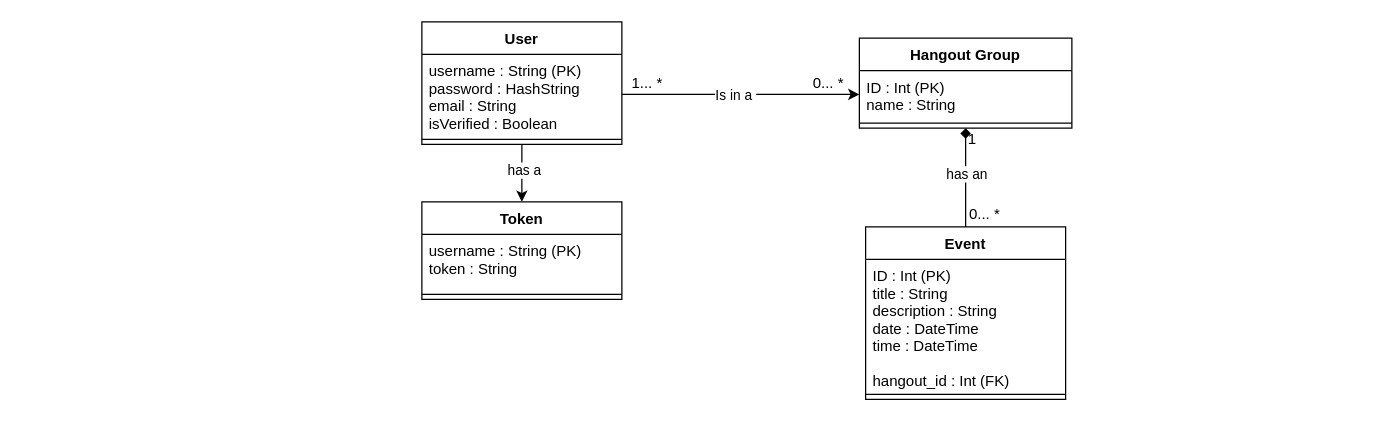
zlo120/HangOut99 keeps this draw.io diagram as HangOut99.drawio. Above is the earlier version. Source tidied: cells renumbered, new cells numbered last; positions are measured from the earlier drawing's top-left corner, leaving out a move shared by most shapes. Both pictures are drawn from the tidied source at 125%, with x=0, y=0 at pixel (421, 21).
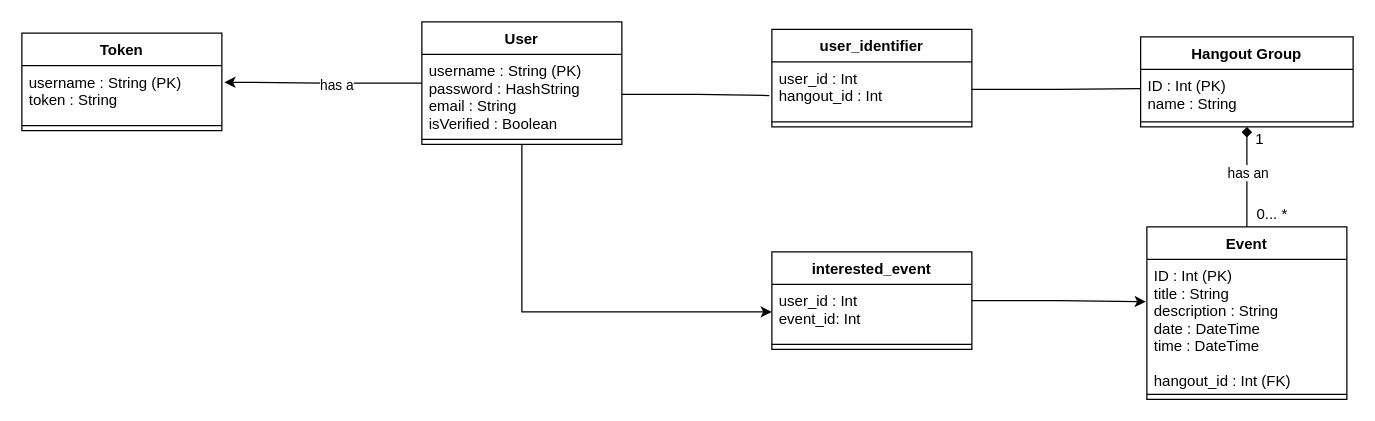
Above is the later version.

The change refers to these unchanged cells:
```xml
<mxCell id="4" value="User" style="swimlane;fontStyle=1;align=center;verticalAlign=top;horizontal=1;startSize=26;" parent="1" vertex="1">
  <mxGeometry width="160" height="98" as="geometry" />
</mxCell>
<mxCell id="5" value="username : String (PK)&#10;password : HashString&#10;email : String&#10;isVerified : Boolean&#10;" style="text;strokeColor=none;fillColor=none;align=left;verticalAlign=top;spacingLeft=4;spacingRight=4;overflow=hidden;points=[[0,0.5],[1,0.5]];portConstraint=eastwest;" parent="4" vertex="1">
  <mxGeometry y="26" width="160" height="64" as="geometry" />
</mxCell>
<mxCell id="10" value="ID : Int (PK)&#10;name : String" style="text;strokeColor=none;fillColor=none;align=left;verticalAlign=top;spacingLeft=4;spacingRight=4;overflow=hidden;points=[[0,0.5],[1,0.5]];portConstraint=eastwest;" parent="9" vertex="1">
  <mxGeometry y="26" width="170" height="38" as="geometry" />
</mxCell>
<mxCell id="13" value="ID : Int (PK)&#10;title : String&#10;description : String&#10;date : DateTime&#10;time : DateTime&#10;&#10;hangout_id : Int (FK)" style="text;strokeColor=none;fillColor=none;align=left;verticalAlign=top;spacingLeft=4;spacingRight=4;overflow=hidden;points=[[0,0.5],[1,0.5]];portConstraint=eastwest;" parent="12" vertex="1">
  <mxGeometry y="26" width="160" height="104" as="geometry" />
</mxCell>
<mxCell id="18" value="username : String (PK)&#10;token : String" style="text;strokeColor=none;fillColor=none;align=left;verticalAlign=top;spacingLeft=4;spacingRight=4;overflow=hidden;points=[[0,0.5],[1,0.5]];portConstraint=eastwest;" parent="17" vertex="1">
  <mxGeometry y="26" width="160" height="44" as="geometry" />
</mxCell>
```

Diff of the diagram source:
```diff
@@
-    <mxCell id="2" style="edgeStyle=orthogonalEdgeStyle;rounded=0;jettySize=auto;html=1;entryX=0.5;entryY=0;entryDx=0;entryDy=0;" parent="1" edge="1" source="4" target="17">
+    <mxCell id="2" style="edgeStyle=orthogonalEdgeStyle;rounded=0;jettySize=auto;html=1;entryX=1.012;entryY=0.301;entryDx=0;entryDy=0;entryPerimeter=0;" parent="1" edge="1" source="4" target="18">
       <mxGeometry relative="1" as="geometry" />
     </mxCell>
@@
+    <mxCell id="24" style="edgeStyle=orthogonalEdgeStyle;rounded=0;jettySize=auto;html=1;entryX=0;entryY=0.5;entryDx=0;entryDy=0;" parent="1" edge="1" source="4" target="32">
+      <mxGeometry relative="1" as="geometry" />
+    </mxCell>
@@
     <mxCell id="9" value="Hangout Group" style="swimlane;fontStyle=1;align=center;verticalAlign=top;horizontal=1;startSize=26;" parent="1" vertex="1">
-      <mxGeometry x="350" y="13" width="170" height="72" as="geometry" />
+      <mxGeometry x="575" y="12" width="170" height="72" as="geometry" />
     </mxCell>
@@
     <mxCell id="12" value="Event" style="swimlane;fontStyle=1;align=center;verticalAlign=top;horizontal=1;startSize=26;" parent="1" vertex="1">
-      <mxGeometry x="355" y="164" width="160" height="138" as="geometry" />
+      <mxGeometry x="580" y="164" width="160" height="138" as="geometry" />
     </mxCell>
@@
-    <mxCell id="15" style="edgeStyle=orthogonalEdgeStyle;rounded=0;jettySize=auto;html=1;entryX=0;entryY=0.5;entryDx=0;entryDy=0;" parent="1" edge="1" source="5" target="10">
-      <mxGeometry relative="1" as="geometry" />
-    </mxCell>
-    <mxCell id="16" value="Is in a&amp;nbsp;" style="edgeLabel;html=1;align=center;verticalAlign=middle;" parent="15" vertex="1">
-      <mxGeometry x="-0.15" y="1" relative="1" as="geometry">
-        <mxPoint x="9" y="1" as="offset" />
-      </mxGeometry>
-    </mxCell>
     <mxCell id="17" value="Token" style="swimlane;fontStyle=1;align=center;verticalAlign=top;horizontal=1;startSize=26;" parent="1" vertex="1">
-      <mxGeometry y="144" width="160" height="78" as="geometry" />
+      <mxGeometry x="-320" y="9" width="160" height="78" as="geometry" />
     </mxCell>
@@
-    <mxCell id="20" value="1... *" style="text;html=1;align=center;verticalAlign=middle;strokeColor=none;fillColor=none;" parent="1" vertex="1">
-      <mxGeometry x="160" y="39" width="40" height="20" as="geometry" />
-    </mxCell>
-    <mxCell id="21" value="0... *" style="text;html=1;align=center;verticalAlign=middle;strokeColor=none;fillColor=none;" parent="1" vertex="1">
-      <mxGeometry x="305" y="39" width="40" height="20" as="geometry" />
-    </mxCell>
     <mxCell id="22" value="1" style="text;html=1;align=center;verticalAlign=middle;strokeColor=none;fillColor=none;" parent="1" vertex="1">
-      <mxGeometry x="430" y="84" width="20" height="20" as="geometry" />
+      <mxGeometry x="660" y="84" width="20" height="20" as="geometry" />
     </mxCell>
     <mxCell id="23" value="0... *" style="text;html=1;align=center;verticalAlign=middle;strokeColor=none;fillColor=none;" parent="1" vertex="1">
-      <mxGeometry x="430" y="144" width="40" height="20" as="geometry" />
+      <mxGeometry x="660" y="144" width="40" height="20" as="geometry" />
     </mxCell>
+    <mxCell id="25" value="user_identifier" style="swimlane;fontStyle=1;align=center;verticalAlign=top;horizontal=1;startSize=26;" parent="1" vertex="1">
+      <mxGeometry x="280" y="6" width="160" height="78" as="geometry" />
+    </mxCell>
+    <mxCell id="26" value="user_id : Int&#10;hangout_id : Int" style="text;strokeColor=none;fillColor=none;align=left;verticalAlign=top;spacingLeft=4;spacingRight=4;overflow=hidden;points=[[0,0.5],[1,0.5]];portConstraint=eastwest;" parent="25" vertex="1">
+      <mxGeometry y="26" width="160" height="44" as="geometry" />
+    </mxCell>
+    <mxCell id="27" style="line;strokeWidth=1;fillColor=none;align=left;verticalAlign=middle;spacingTop=-1;spacingLeft=3;spacingRight=3;labelPosition=right;" parent="25" vertex="1">
+      <mxGeometry y="70" width="160" height="8" as="geometry" />
+    </mxCell>
+    <mxCell id="28" style="edgeStyle=orthogonalEdgeStyle;rounded=0;jettySize=auto;html=1;entryX=-0.013;entryY=0.612;entryDx=0;entryDy=0;entryPerimeter=0;endArrow=none;endFill=0;" parent="1" edge="1" source="5" target="26">
+      <mxGeometry relative="1" as="geometry" />
+    </mxCell>
+    <mxCell id="29" style="edgeStyle=orthogonalEdgeStyle;rounded=0;jettySize=auto;html=1;entryX=0.001;entryY=0.404;entryDx=0;entryDy=0;entryPerimeter=0;endArrow=none;endFill=0;" parent="1" edge="1" source="26" target="10">
+      <mxGeometry relative="1" as="geometry" />
+    </mxCell>
+    <mxCell id="30" style="edgeStyle=orthogonalEdgeStyle;rounded=0;jettySize=auto;html=1;entryX=-0.005;entryY=0.325;entryDx=0;entryDy=0;entryPerimeter=0;" parent="1" edge="1" source="31" target="13">
+      <mxGeometry relative="1" as="geometry" />
+    </mxCell>
+    <mxCell id="31" value="interested_event" style="swimlane;fontStyle=1;align=center;verticalAlign=top;horizontal=1;startSize=26;" parent="1" vertex="1">
+      <mxGeometry x="280" y="184" width="160" height="78" as="geometry" />
+    </mxCell>
+    <mxCell id="32" value="user_id : Int&#10;event_id: Int" style="text;strokeColor=none;fillColor=none;align=left;verticalAlign=top;spacingLeft=4;spacingRight=4;overflow=hidden;points=[[0,0.5],[1,0.5]];portConstraint=eastwest;" parent="31" vertex="1">
+      <mxGeometry y="26" width="160" height="44" as="geometry" />
+    </mxCell>
+    <mxCell id="33" style="line;strokeWidth=1;fillColor=none;align=left;verticalAlign=middle;spacingTop=-1;spacingLeft=3;spacingRight=3;labelPosition=right;" parent="31" vertex="1">
+      <mxGeometry y="70" width="160" height="8" as="geometry" />
+    </mxCell>
```
